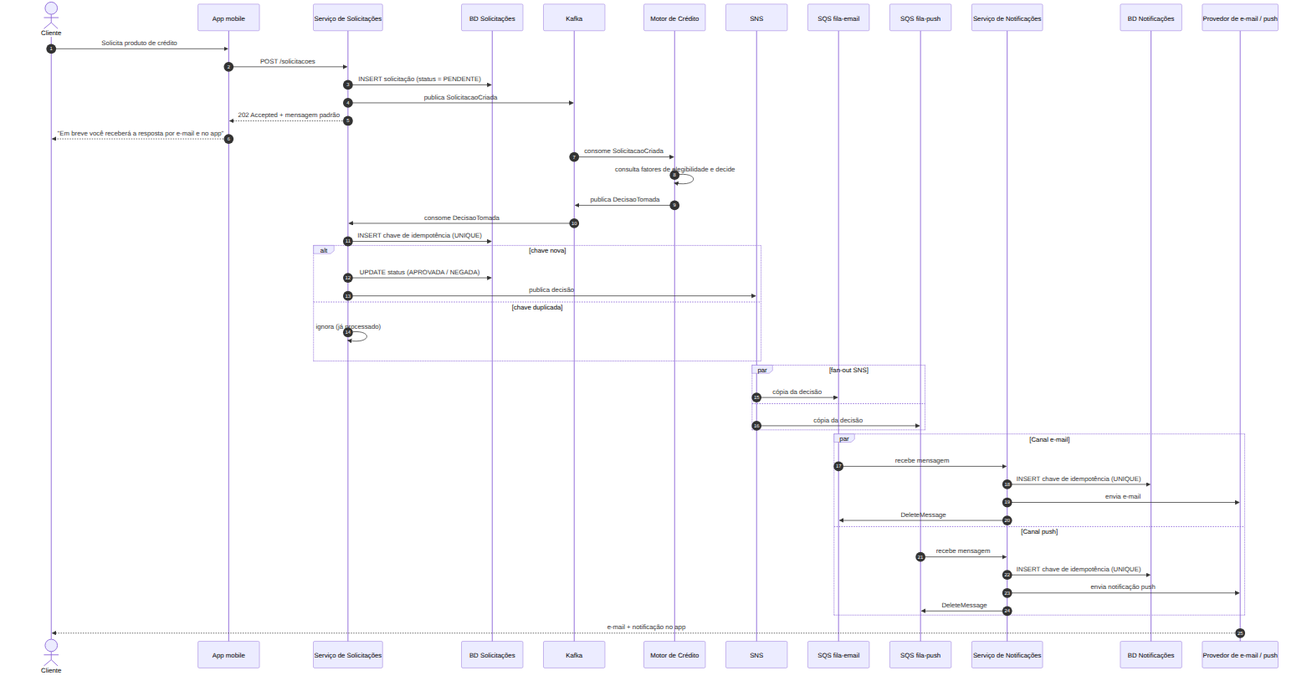
rafaelzucon/fluxo-de-credito keeps this Mermaid diagram as docs/sequencia.png. Above is the earlier version. Its source is kept beside it as docs/sequencia.mmd. Source of this version:
```mermaid
sequenceDiagram
    autonumber
    actor C as Cliente
    participant APP as App mobile
    participant SOL as Serviço de Solicitações
    participant DBS as BD Solicitações
    participant K as Kafka
    participant M as Motor de Crédito
    participant SNS as SNS
    participant QE as SQS fila-email
    participant QP as SQS fila-push
    participant NOT as Serviço de Notificações
    participant DBN as BD Notificações
    participant EP as Provedor de e-mail / push

    C->>APP: Solicita produto de crédito
    APP->>SOL: POST /solicitacoes
    SOL->>DBS: INSERT solicitação (status = PENDENTE)
    SOL->>K: publica SolicitacaoCriada
    SOL-->>APP: 202 Accepted + mensagem padrão
    APP-->>C: "Em breve você receberá a resposta por e-mail e no app"

    K->>M: consome SolicitacaoCriada
    M->>M: consulta fatores de elegibilidade e decide
    M->>K: publica DecisaoTomada

    K->>SOL: consome DecisaoTomada
    SOL->>DBS: INSERT chave de idempotência (UNIQUE)
    alt chave nova
        SOL->>DBS: UPDATE status (APROVADA / NEGADA)
        SOL->>SNS: publica decisão
    else chave duplicada
        SOL->>SOL: ignora (já processado)
    end

    par fan-out SNS
        SNS->>QE: cópia da decisão
    and
        SNS->>QP: cópia da decisão
    end

    par Canal e-mail
        QE->>NOT: recebe mensagem
        NOT->>DBN: INSERT chave de idempotência (UNIQUE)
        NOT->>EP: envia e-mail
        NOT->>QE: DeleteMessage
    and Canal push
        QP->>NOT: recebe mensagem
        NOT->>DBN: INSERT chave de idempotência (UNIQUE)
        NOT->>EP: envia notificação push
        NOT->>QP: DeleteMessage
    end
    EP-->>C: e-mail + notificação no app
```
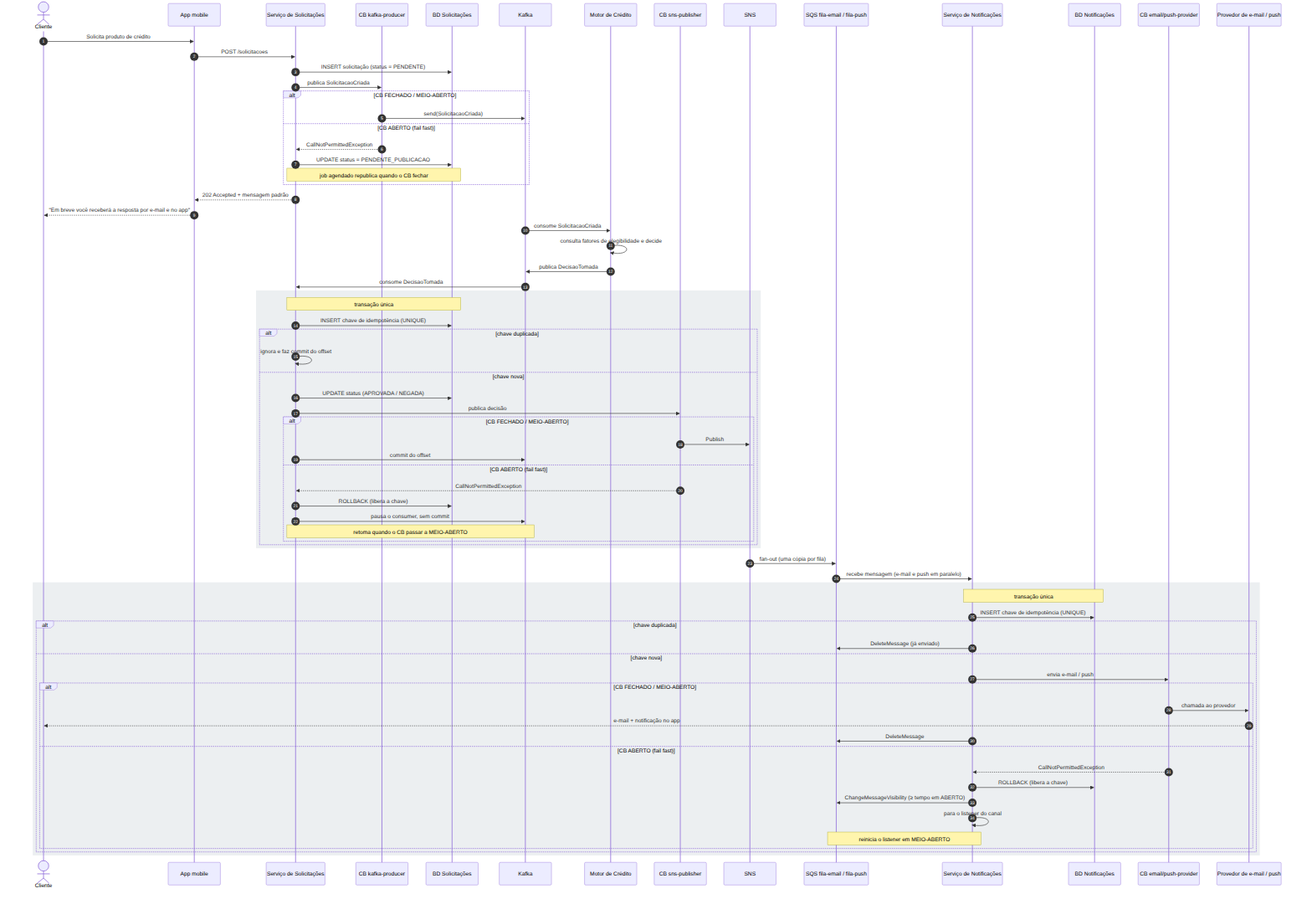
Above is the later version.

The edit, as a diff of the source:
```diff
@@ -3,20 +3,29 @@
     actor C as Cliente
     participant APP as App mobile
     participant SOL as Serviço de Solicitações
+    participant CBK as CB kafka-producer
     participant DBS as BD Solicitações
     participant K as Kafka
     participant M as Motor de Crédito
+    participant CBS as CB sns-publisher
     participant SNS as SNS
-    participant QE as SQS fila-email
-    participant QP as SQS fila-push
+    participant Q as SQS fila-email / fila-push
     participant NOT as Serviço de Notificações
     participant DBN as BD Notificações
+    participant CBP as CB email/push-provider
     participant EP as Provedor de e-mail / push
 
     C->>APP: Solicita produto de crédito
     APP->>SOL: POST /solicitacoes
     SOL->>DBS: INSERT solicitação (status = PENDENTE)
-    SOL->>K: publica SolicitacaoCriada
+    SOL->>CBK: publica SolicitacaoCriada
+    alt CB FECHADO / MEIO-ABERTO
+        CBK->>K: send(SolicitacaoCriada)
+    else CB ABERTO (fail fast)
+        CBK-->>SOL: CallNotPermittedException
+        SOL->>DBS: UPDATE status = PENDENTE_PUBLICACAO
+        Note over SOL,DBS: job agendado republica quando o CB fechar
+    end
     SOL-->>APP: 202 Accepted + mensagem padrão
     APP-->>C: "Em breve você receberá a resposta por e-mail e no app"
 
@@ -25,29 +34,46 @@
     M->>K: publica DecisaoTomada
 
     K->>SOL: consome DecisaoTomada
-    SOL->>DBS: INSERT chave de idempotência (UNIQUE)
-    alt chave nova
-        SOL->>DBS: UPDATE status (APROVADA / NEGADA)
-        SOL->>SNS: publica decisão
-    else chave duplicada
-        SOL->>SOL: ignora (já processado)
+    rect rgb(236, 239, 241)
+        Note over SOL,DBS: transação única
+        SOL->>DBS: INSERT chave de idempotência (UNIQUE)
+        alt chave duplicada
+            SOL->>SOL: ignora e faz commit do offset
+        else chave nova
+            SOL->>DBS: UPDATE status (APROVADA / NEGADA)
+            SOL->>CBS: publica decisão
+            alt CB FECHADO / MEIO-ABERTO
+                CBS->>SNS: Publish
+                SOL->>K: commit do offset
+            else CB ABERTO (fail fast)
+                CBS-->>SOL: CallNotPermittedException
+                SOL->>DBS: ROLLBACK (libera a chave)
+                SOL->>K: pausa o consumer, sem commit
+                Note over SOL,K: retoma quando o CB passar a MEIO-ABERTO
+            end
+        end
     end
 
-    par fan-out SNS
-        SNS->>QE: cópia da decisão
-    and
-        SNS->>QP: cópia da decisão
+    SNS->>Q: fan-out (uma cópia por fila)
+
+    Q->>NOT: recebe mensagem (e-mail e push em paralelo)
+    rect rgb(236, 239, 241)
+        Note over NOT,DBN: transação única
+        NOT->>DBN: INSERT chave de idempotência (UNIQUE)
+        alt chave duplicada
+            NOT->>Q: DeleteMessage (já enviado)
+        else chave nova
+            NOT->>CBP: envia e-mail / push
+            alt CB FECHADO / MEIO-ABERTO
+                CBP->>EP: chamada ao provedor
+                EP-->>C: e-mail + notificação no app
+                NOT->>Q: DeleteMessage
+            else CB ABERTO (fail fast)
+                CBP-->>NOT: CallNotPermittedException
+                NOT->>DBN: ROLLBACK (libera a chave)
+                NOT->>Q: ChangeMessageVisibility (≥ tempo em ABERTO)
+                NOT->>NOT: para o listener do canal
+                Note over NOT,Q: reinicia o listener em MEIO-ABERTO
+            end
+        end
     end
-
-    par Canal e-mail
-        QE->>NOT: recebe mensagem
-        NOT->>DBN: INSERT chave de idempotência (UNIQUE)
-        NOT->>EP: envia e-mail
-        NOT->>QE: DeleteMessage
-    and Canal push
-        QP->>NOT: recebe mensagem
-        NOT->>DBN: INSERT chave de idempotência (UNIQUE)
-        NOT->>EP: envia notificação push
-        NOT->>QP: DeleteMessage
-    end
-    EP-->>C: e-mail + notificação no app
```
